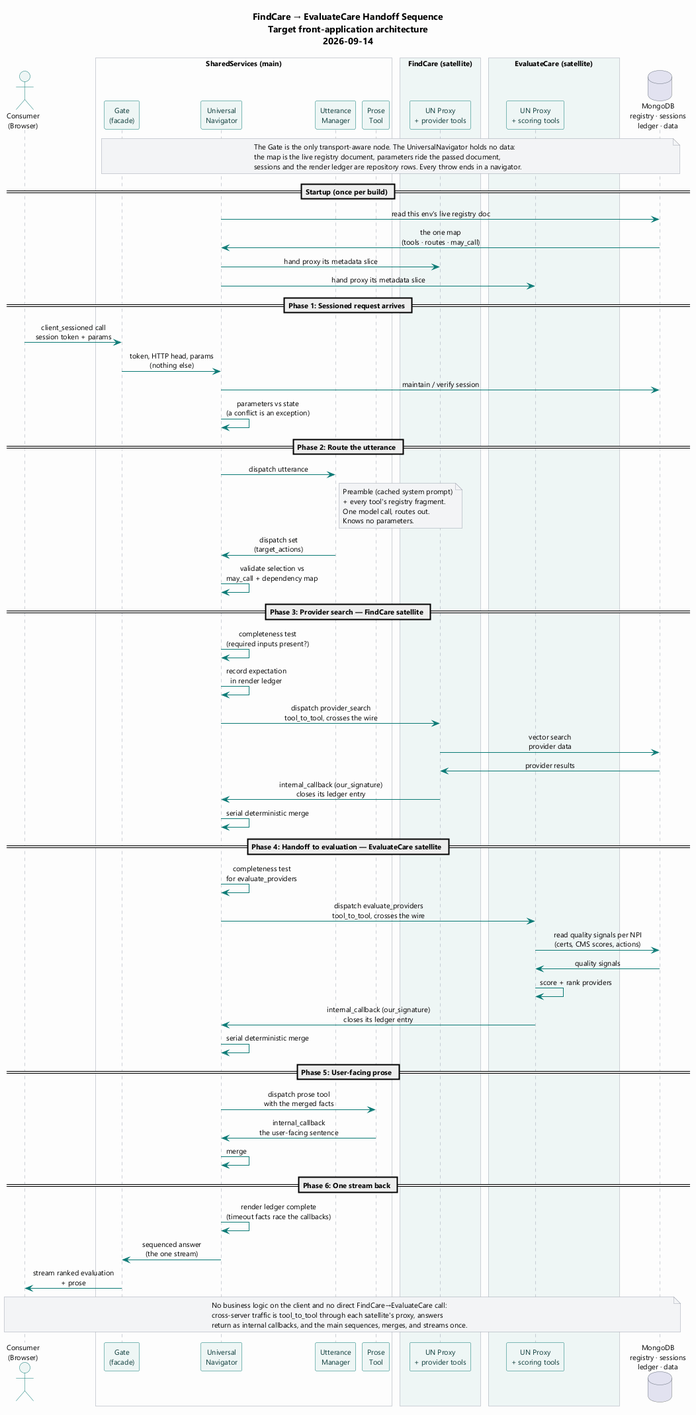
SkipSnow/ChatHealthyRepo keeps this PlantUML diagram as brain/machine_artifacts/diagramsAndImages/rendered/findcare_evalcare_handoff_sequence.png. Above is the earlier version.
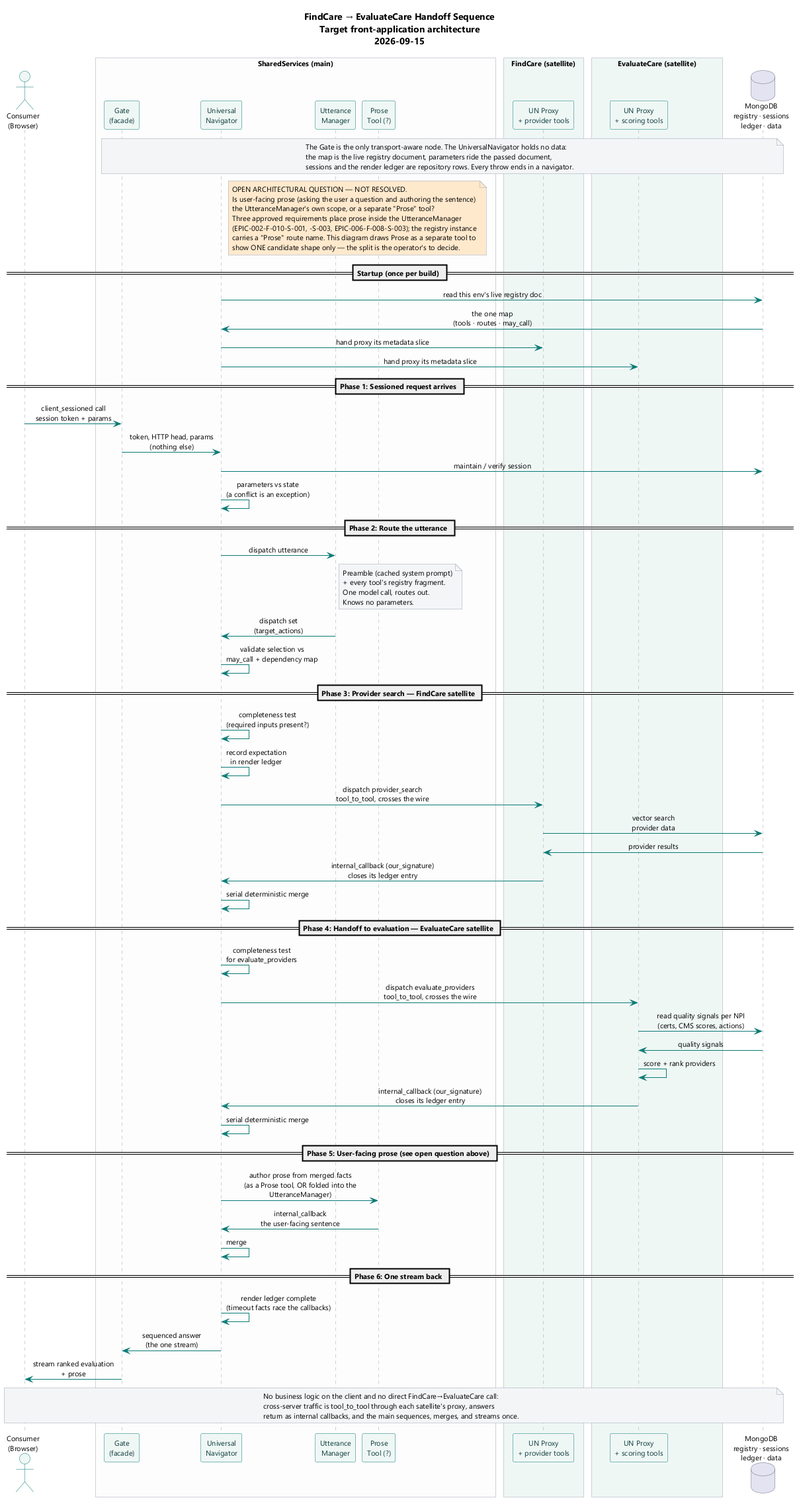
Later version of the same file.

Change to the diagram source:
```diff
@@ -23,14 +23,14 @@
 skinparam sequenceMessageAlign center
 skinparam responseMessageBelowArrow true
 
-title FindCare → EvaluateCare Handoff Sequence\nTarget front-application architecture\n2026-09-14
+title FindCare → EvaluateCare Handoff Sequence\nTarget front-application architecture\n2026-09-15
 
 actor "Consumer\n(Browser)" as user
 box "SharedServices (main)" #fdfdfd
 participant "Gate\n(facade)" as gate
 participant "Universal\nNavigator" as nav
 participant "Utterance\nManager" as um
-participant "Prose\nTool" as prose
+participant "Prose\nTool (?)" as prose
 end box
 box "FindCare (satellite)" #eef6f5
 participant "UN Proxy\n+ provider tools" as fc
@@ -44,6 +44,16 @@
   The Gate is the only transport-aware node. The UniversalNavigator holds no data:
   the map is the live registry document, parameters ride the passed document,
   sessions and the render ledger are repository rows. Every throw ends in a navigator.
+end note
+
+note over um, prose #ffe9cc
+  OPEN ARCHITECTURAL QUESTION — NOT RESOLVED.
+  Is user-facing prose (asking the user a question and authoring the sentence)
+  the UtteranceManager's own scope, or a separate "Prose" tool?
+  Three approved requirements place prose inside the UtteranceManager
+  (EPIC-002-F-010-S-001, -S-003, EPIC-006-F-008-S-003); the registry instance
+  carries a "Prose" route name. This diagram draws Prose as a separate tool to
+  show ONE candidate shape only — the split is the operator's to decide.
 end note
 
 == Startup (once per build) ==
@@ -87,8 +97,8 @@
 ec -> nav : internal_callback (our_signature)\ncloses its ledger entry
 nav -> nav : serial deterministic merge
 
-== Phase 5: User-facing prose ==
-nav -> prose : dispatch prose tool\nwith the merged facts
+== Phase 5: User-facing prose (see open question above) ==
+nav -> prose : author prose from merged facts\n(as a Prose tool, OR folded into the UtteranceManager)
 prose -> nav : internal_callback\nthe user-facing sentence
 nav -> nav : merge
 
```
